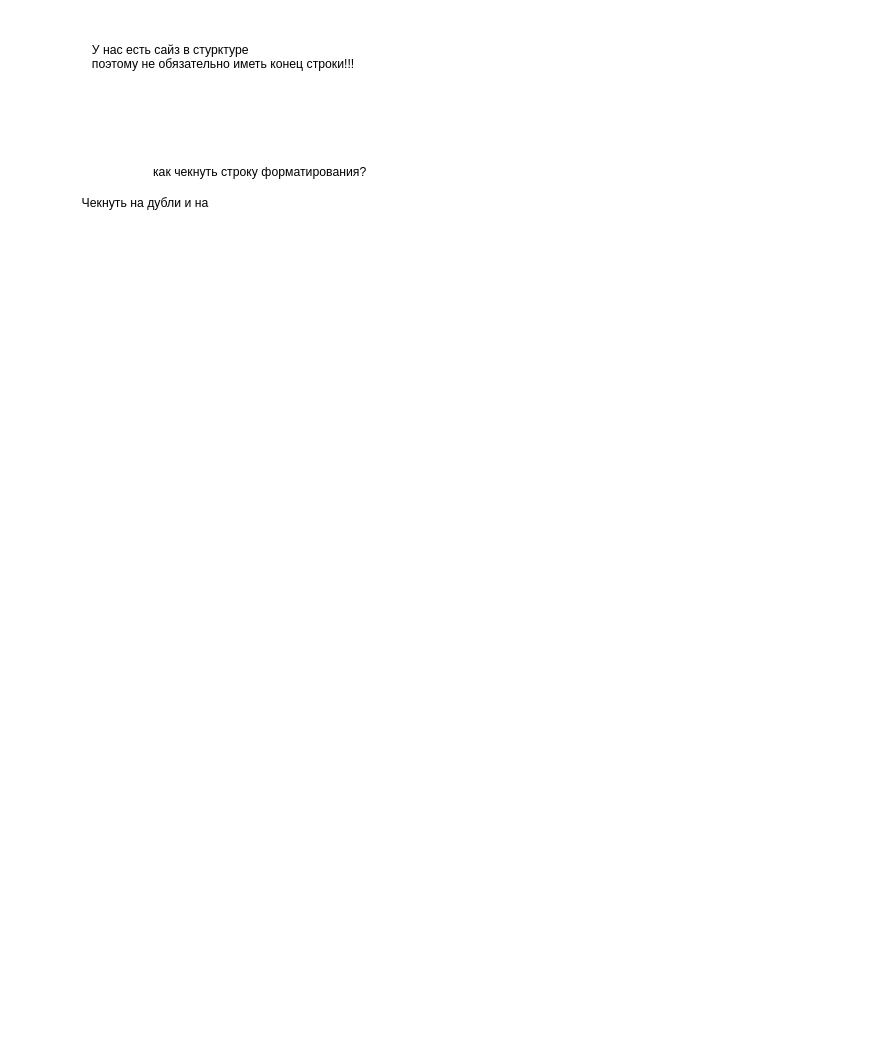
The draw.io diagram page "Страница 5" (5 of 5) of thougths.drawio in vlukjanenko/ft_printf, before the edit. Source tidied: cells renumbered, new cells numbered last; positions are measured from the earlier drawing's top-left corner, leaving out a move shared by most shapes. Both pictures are drawn from the tidied source at 102%, with x=0, y=0 at pixel (80, 40).
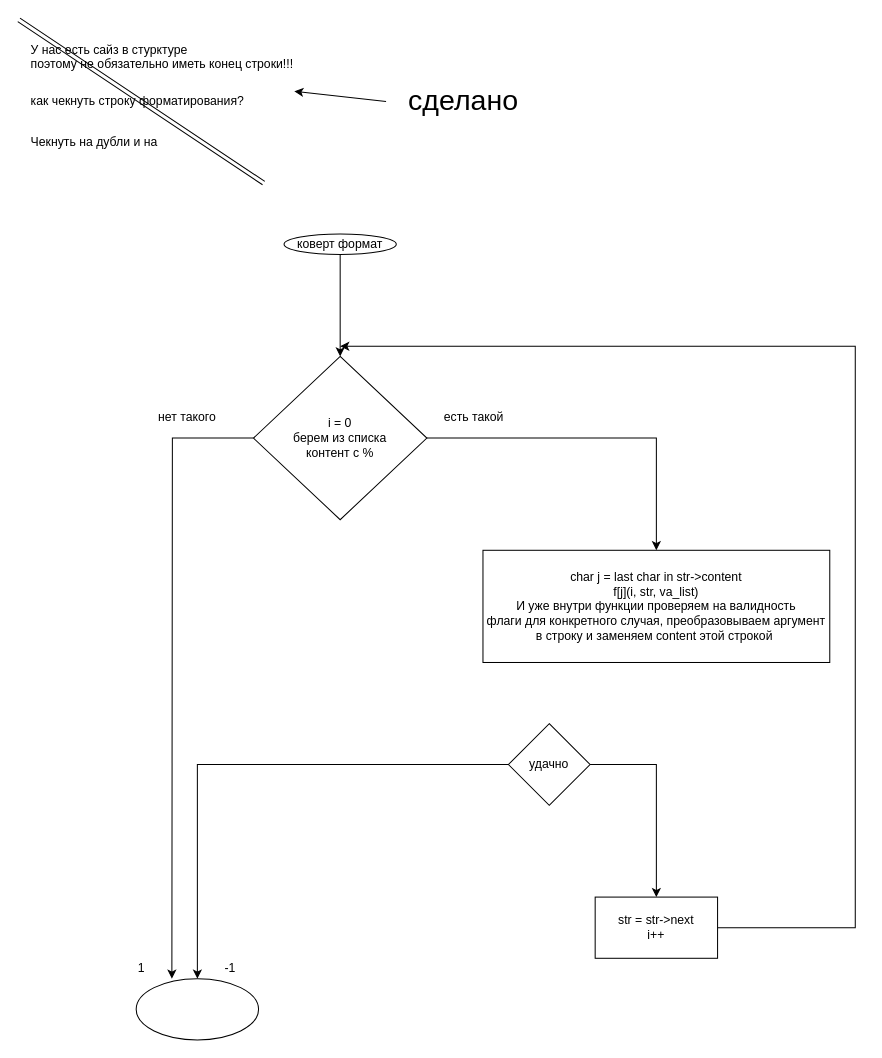
The same page after the edit.

What changed in the source:
```diff
@@
     <mxCell id="2" value="У нас есть сайз в стурктуре&lt;br&gt;поэтому не обязательно иметь конец строки!!!" style="text;html=1;align=left;verticalAlign=top;spacingTop=-4;" parent="1" vertex="1">
-      <mxGeometry x="10" width="280" height="30" as="geometry" />
+      <mxGeometry x="-50" width="280" height="30" as="geometry" />
     </mxCell>
     <mxCell id="3" value="как чекнуть строку форматирования?" style="text;html=1;align=left;verticalAlign=top;spacingTop=-4;" parent="1" vertex="1">
-      <mxGeometry x="70" y="120" width="230" height="20" as="geometry" />
+      <mxGeometry x="-50" y="50" width="230" height="20" as="geometry" />
     </mxCell>
     <mxCell id="4" value="Чекнуть на дубли и на" style="text;html=1;align=left;verticalAlign=top;spacingTop=-4;" parent="1" vertex="1">
-      <mxGeometry y="150" width="140" height="20" as="geometry" />
+      <mxGeometry x="-50" y="90" width="140" height="20" as="geometry" />
     </mxCell>
+    <mxCell id="5" style="shape=link;html=1;" parent="1" edge="1">
+      <mxGeometry relative="1" as="geometry">
+        <mxPoint x="-60" y="-20" as="sourcePoint" />
+        <mxPoint x="180" y="140" as="targetPoint" />
+      </mxGeometry>
+    </mxCell>
+    <mxCell id="6" value="&lt;font style=&quot;font-size: 28px&quot;&gt;сделано&lt;/font&gt;" style="text;html=1;align=left;verticalAlign=top;spacingTop=-4;" parent="1" vertex="1">
+      <mxGeometry x="320" y="40" width="120" height="20" as="geometry" />
+    </mxCell>
+    <mxCell id="7" style="endArrow=classic;html=1;" parent="1" edge="1">
+      <mxGeometry relative="1" as="geometry">
+        <mxPoint x="300" y="60" as="sourcePoint" />
+        <mxPoint x="210" y="50" as="targetPoint" />
+      </mxGeometry>
+    </mxCell>
+    <mxCell id="8" style="edgeStyle=orthogonalEdgeStyle;rounded=0;jettySize=auto;html=1;" parent="1" edge="1" source="9" target="12">
+      <mxGeometry relative="1" as="geometry" />
+    </mxCell>
+    <mxCell id="9" value="коверт формат" style="ellipse;whiteSpace=wrap;html=1;" parent="1" vertex="1">
+      <mxGeometry x="200" y="190" width="110" height="20" as="geometry" />
+    </mxCell>
+    <mxCell id="10" style="edgeStyle=orthogonalEdgeStyle;rounded=0;jettySize=auto;html=1;" parent="1" edge="1" source="12" target="15">
+      <mxGeometry relative="1" as="geometry" />
+    </mxCell>
+    <mxCell id="11" style="edgeStyle=orthogonalEdgeStyle;rounded=0;jettySize=auto;html=1;" parent="1" edge="1" source="12">
+      <mxGeometry relative="1" as="geometry">
+        <mxPoint x="90" y="920" as="targetPoint" />
+      </mxGeometry>
+    </mxCell>
+    <mxCell id="12" value="i = 0&lt;br&gt;берем из списка&lt;br&gt;контент с %" style="rhombus;whiteSpace=wrap;html=1;" parent="1" vertex="1">
+      <mxGeometry x="170" y="310" width="170" height="160" as="geometry" />
+    </mxCell>
+    <mxCell id="13" value="есть такой" style="text;html=1;align=left;verticalAlign=top;spacingTop=-4;" parent="1" vertex="1">
+      <mxGeometry x="355" y="360" width="80" height="20" as="geometry" />
+    </mxCell>
+    <mxCell id="14" value="нет такого" style="text;html=1;align=left;verticalAlign=top;spacingTop=-4;" parent="1" vertex="1">
+      <mxGeometry x="75" y="360" width="80" height="20" as="geometry" />
+    </mxCell>
+    <mxCell id="15" value="char j = last char in str-&amp;gt;content&lt;br&gt;f[j](i, str, va_list)&lt;br&gt;И уже внутри функции проверяем на валидность&lt;br&gt;флаги для конкретного случая, преобразовываем аргумент в строку и заменяем content этой строкой&amp;nbsp;" style="rounded=0;whiteSpace=wrap;html=1;" parent="1" vertex="1">
+      <mxGeometry x="395" y="500" width="340" height="110" as="geometry" />
+    </mxCell>
+    <mxCell id="16" style="edgeStyle=orthogonalEdgeStyle;rounded=0;jettySize=auto;html=1;" parent="1" edge="1" source="17">
+      <mxGeometry relative="1" as="geometry">
+        <mxPoint x="255" y="300" as="targetPoint" />
+        <Array as="points">
+          <mxPoint x="760" y="720" />
+          <mxPoint x="760" y="300" />
+          <mxPoint x="298" y="300" />
+        </Array>
+      </mxGeometry>
+    </mxCell>
+    <mxCell id="17" value="str = str-&amp;gt;next&lt;br&gt;i++" style="rounded=0;whiteSpace=wrap;html=1;" parent="1" vertex="1">
+      <mxGeometry x="505" y="840" width="120" height="60" as="geometry" />
+    </mxCell>
+    <mxCell id="18" style="edgeStyle=orthogonalEdgeStyle;rounded=0;jettySize=auto;html=1;entryX=0.5;entryY=0;entryDx=0;entryDy=0;" parent="1" edge="1" source="20" target="17">
+      <mxGeometry relative="1" as="geometry" />
+    </mxCell>
+    <mxCell id="19" style="edgeStyle=orthogonalEdgeStyle;rounded=0;jettySize=auto;html=1;" parent="1" edge="1" source="20" target="21">
+      <mxGeometry relative="1" as="geometry" />
+    </mxCell>
+    <mxCell id="20" value="удачно" style="rhombus;whiteSpace=wrap;html=1;" parent="1" vertex="1">
+      <mxGeometry x="420" y="670" width="80" height="80" as="geometry" />
+    </mxCell>
+    <mxCell id="21" style="ellipse;whiteSpace=wrap;html=1;" parent="1" vertex="1">
+      <mxGeometry x="55" y="920" width="120" height="60" as="geometry" />
+    </mxCell>
+    <mxCell id="22" value="1" style="text;html=1;align=left;verticalAlign=top;spacingTop=-4;" parent="1" vertex="1">
+      <mxGeometry x="55" y="900" width="20" height="20" as="geometry" />
+    </mxCell>
+    <mxCell id="23" value="-1" style="text;html=1;align=left;verticalAlign=top;spacingTop=-4;" parent="1" vertex="1">
+      <mxGeometry x="140" y="900" width="30" height="20" as="geometry" />
+    </mxCell>
```
